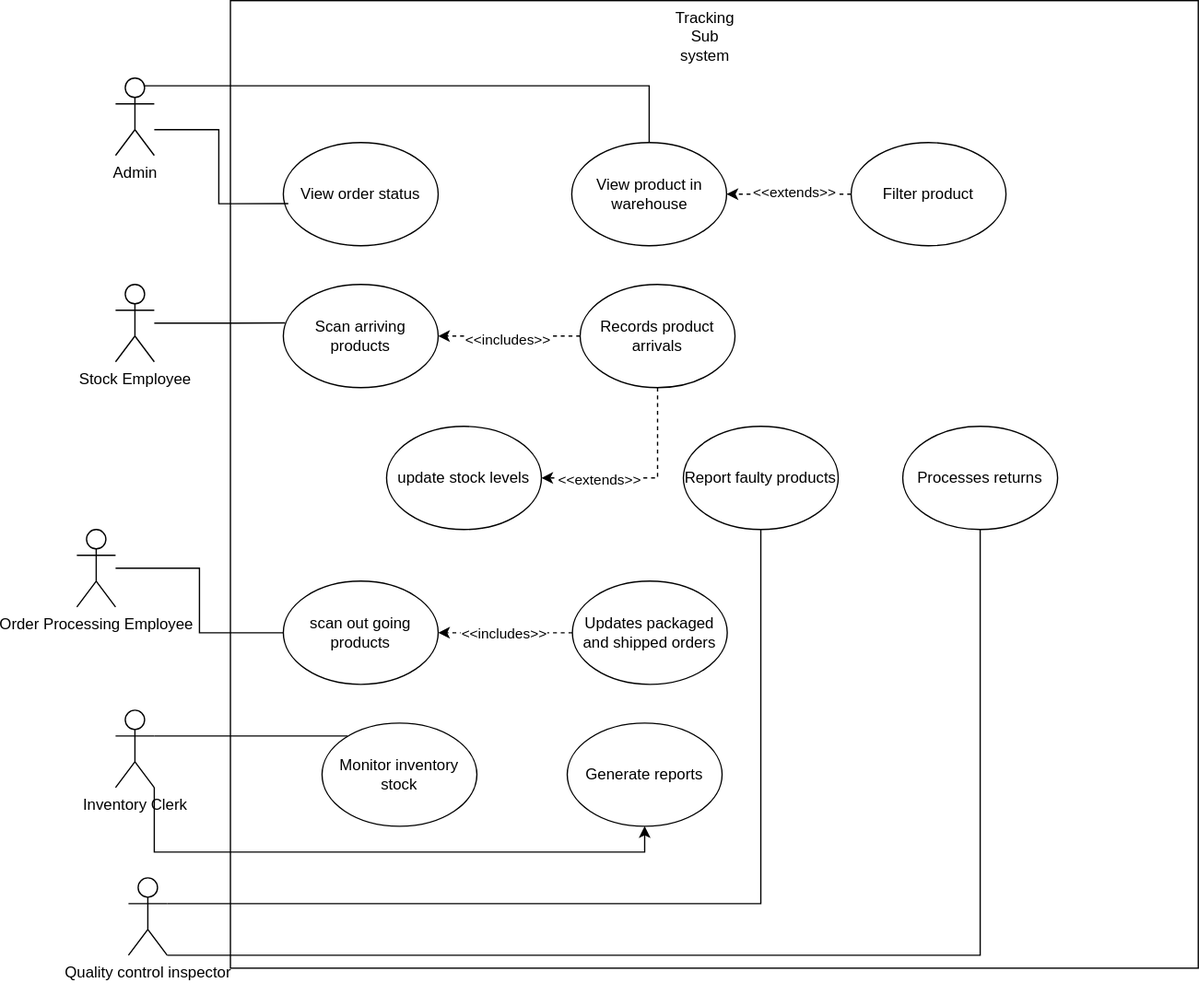
Above: tracking.svg in Simamkele88/IFM3_GP (draw.io), before the change. Source tidied: cells renumbered, new cells last; positions are measured from the earlier drawing's top-left corner, leaving out a move shared by most shapes.
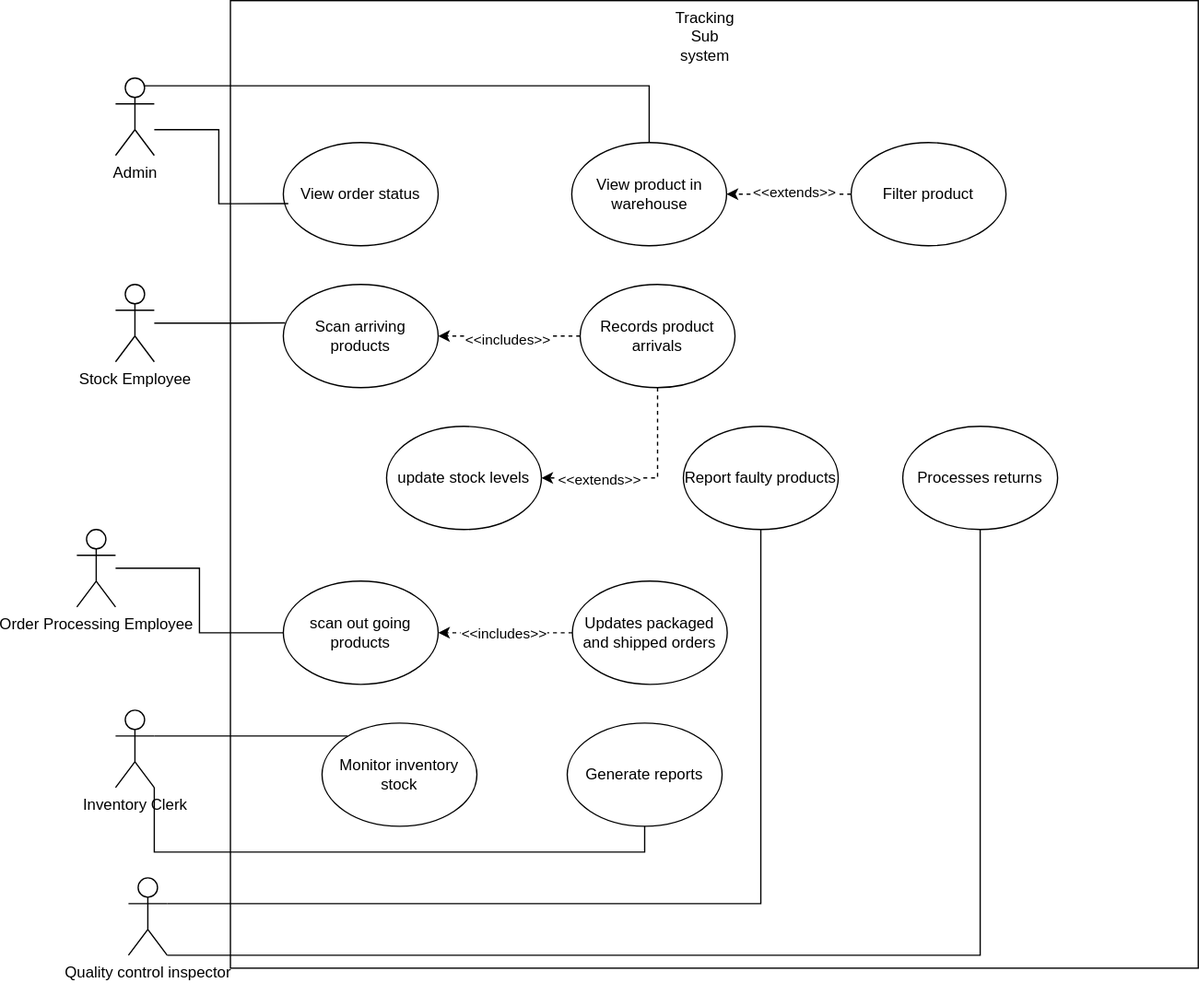
The same diagram one commit later.

What changed in the source:
```diff
@@ -93,7 +93,7 @@
     <mxCell id="30" value="Generate reports" style="ellipse;whiteSpace=wrap;html=1;" parent="1" vertex="1">
       <mxGeometry x="380" y="560" width="120" height="80" as="geometry" />
     </mxCell>
-    <mxCell id="31" style="edgeStyle=orthogonalEdgeStyle;rounded=0;jettySize=auto;html=1;exitX=1;exitY=1;exitDx=0;exitDy=0;exitPerimeter=0;entryX=0.5;entryY=1;entryDx=0;entryDy=0;" parent="1" edge="1" source="32" target="30">
+    <mxCell id="31" style="edgeStyle=orthogonalEdgeStyle;rounded=0;jettySize=auto;html=1;exitX=1;exitY=1;exitDx=0;exitDy=0;exitPerimeter=0;entryX=0.5;entryY=1;entryDx=0;entryDy=0;endArrow=none;startFill=0;" parent="1" edge="1" source="32" target="30">
       <mxGeometry relative="1" as="geometry" />
     </mxCell>
     <mxCell id="32" value="Inventory Clerk" style="shape=umlActor;verticalLabelPosition=bottom;verticalAlign=top;html=1;outlineConnect=0;" parent="1" vertex="1">
```
